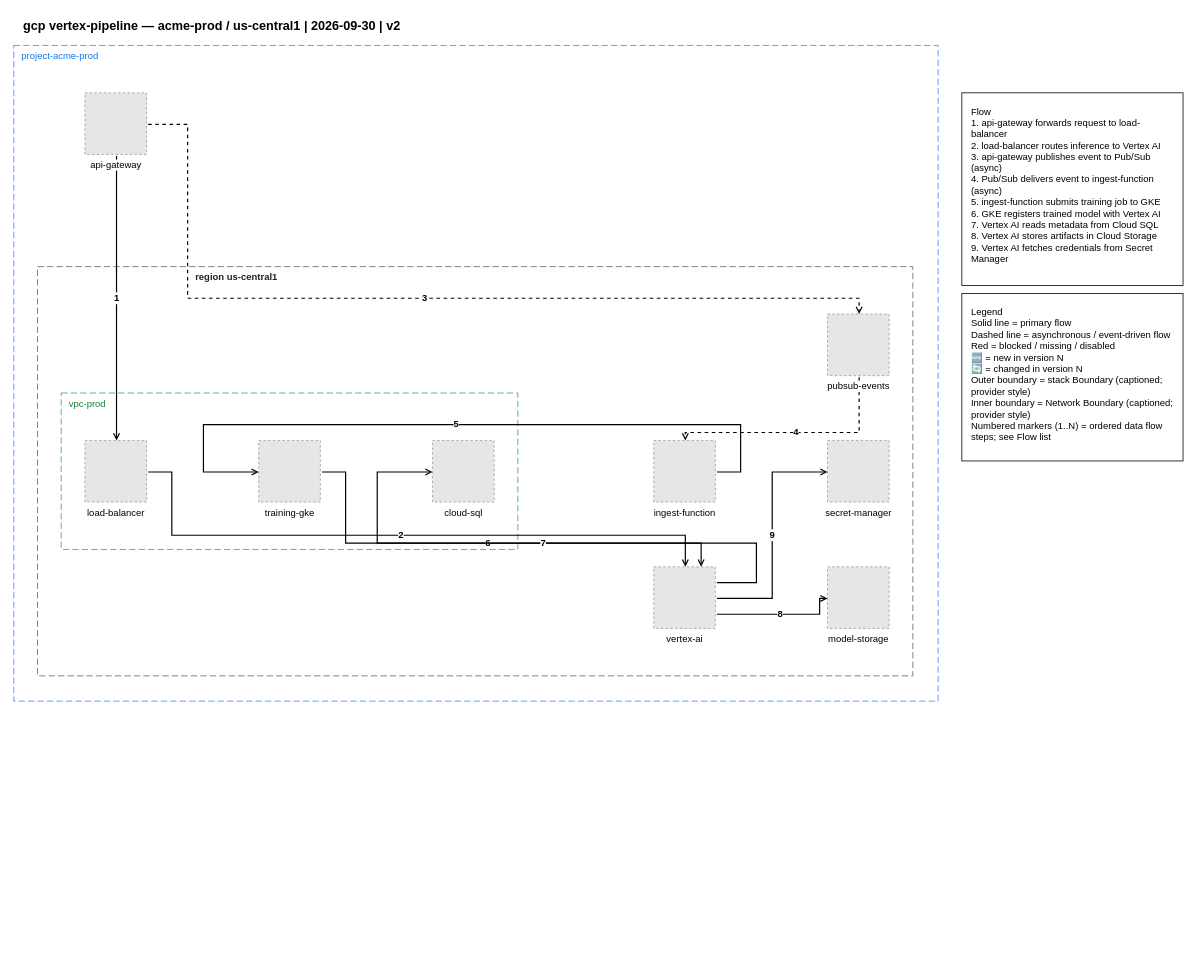
Earlier version of the draw.io diagram examples/gcp/01-gcp-vertex-pipeline.drawio (totoshko88/Cloud_Architecture). Source tidied: cells renumbered, new cells numbered last; positions are measured from the earlier drawing's top-left corner, leaving out a move shared by most shapes. Both pictures are drawn from the tidied source at 79%, with x=0, y=0 at pixel (13, 13). Pictures stored in the file or linked from it are replaced by grey dashed boxes.
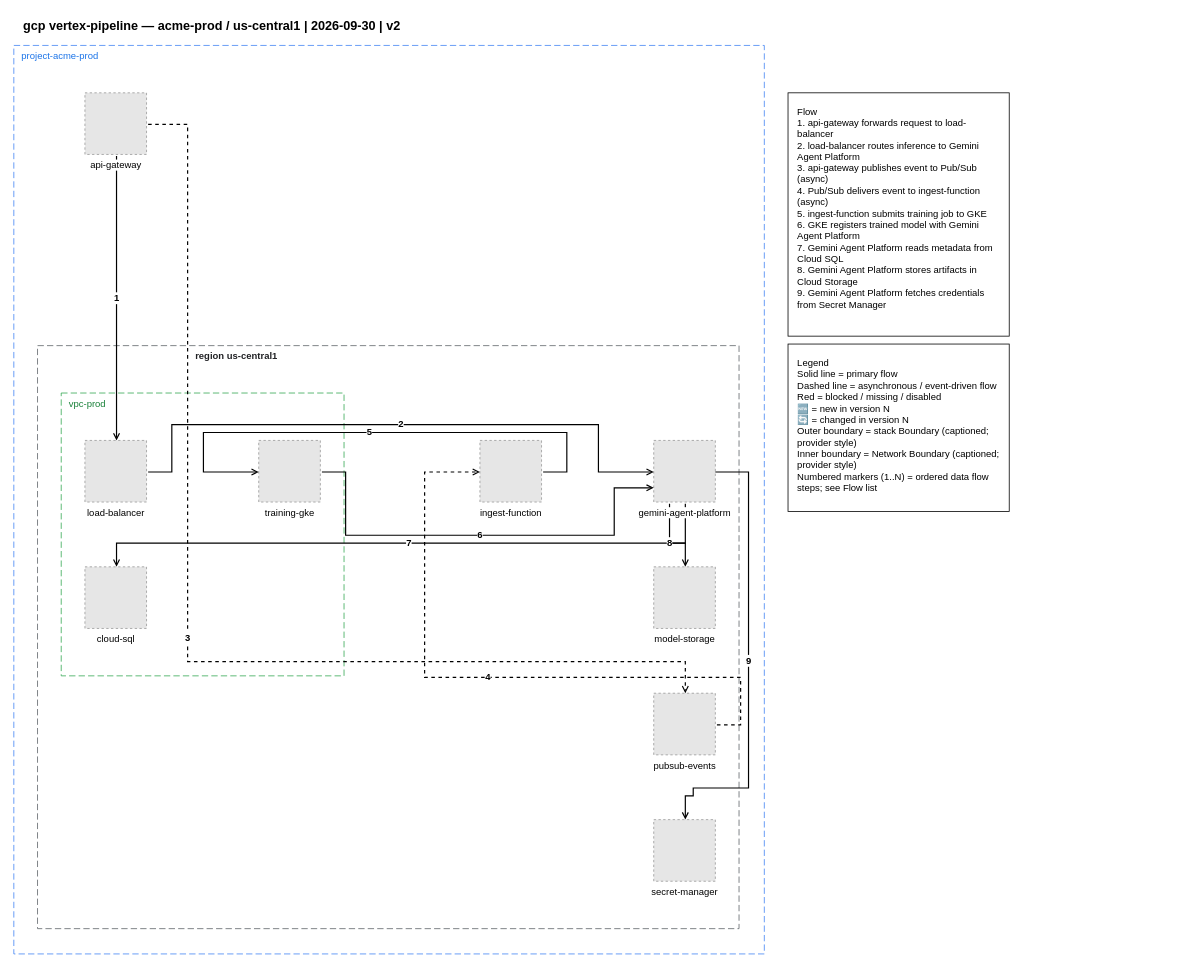
Above is the later version.

The change refers to these unchanged cells:
```xml
<mxCell id="8" value="api-gateway" style="fillColor=#E6E6E6;strokeColor=#999999;dashed=1;verticalLabelPosition=bottom;verticalAlign=top;html=1;align=center;fontSize=12;labelBackgroundColor=#FFFFFF;" parent="1" vertex="1">
  <mxGeometry x="90" y="100" width="78" height="78" as="geometry" />
</mxCell>
<mxCell id="9" value="load-balancer" style="fillColor=#E6E6E6;strokeColor=#999999;dashed=1;verticalLabelPosition=bottom;verticalAlign=top;html=1;align=center;fontSize=12;" parent="1" vertex="1">
  <mxGeometry x="90" y="540" width="78" height="78" as="geometry" />
</mxCell>
<mxCell id="10" value="training-gke" style="fillColor=#E6E6E6;strokeColor=#999999;dashed=1;verticalLabelPosition=bottom;verticalAlign=top;html=1;align=center;fontSize=12;" parent="1" vertex="1">
  <mxGeometry x="310" y="540" width="78" height="78" as="geometry" />
</mxCell>
```

What changed in the source:
```diff
@@
     <mxCell id="3" value="project-acme-prod" style="rounded=0;whiteSpace=wrap;html=1;dashed=1;dashPattern=8 4;strokeColor=#4285F4;fillColor=none;verticalAlign=top;align=left;spacingLeft=8;fontColor=#1A73E8;fontSize=12;" parent="1" vertex="1">
-      <mxGeometry y="40" width="1170" height="830" as="geometry" />
+      <mxGeometry y="40" width="950" height="1150" as="geometry" />
     </mxCell>
     <mxCell id="4" value="region us-central1" style="rounded=0;whiteSpace=wrap;html=1;dashed=1;dashPattern=8 4;strokeColor=#5F6368;fillColor=none;verticalAlign=top;fontColor=#202124;fontStyle=1;fontSize=12;align=left;spacingLeft=198;" parent="1" vertex="1">
-      <mxGeometry x="30" y="320" width="1108" height="518" as="geometry" />
+      <mxGeometry x="30" y="420" width="888" height="738" as="geometry" />
     </mxCell>
     <mxCell id="5" value="vpc-prod" style="rounded=0;whiteSpace=wrap;html=1;dashed=1;dashPattern=8 4;strokeColor=#34A853;fillColor=none;verticalAlign=top;align=left;spacingLeft=8;fontColor=#188038;fontSize=12;" parent="1" vertex="1">
-      <mxGeometry x="60" y="480" width="578" height="198" as="geometry" />
+      <mxGeometry x="60" y="480" width="358" height="358" as="geometry" />
     </mxCell>
@@
-    <mxCell id="7" value="4" style="edgeStyle=orthogonalEdgeStyle;rounded=0;html=1;endArrow=open;endFill=0;strokeWidth=1.5;dashed=1;exitX=0.5128205128205128;exitY=1.0256410256410255;exitDx=0;exitDy=0;exitPerimeter=0;entryX=0.5128205128205128;entryY=0.0;entryDx=0;entryDy=0;fontSize=12;fontStyle=1;" parent="1" edge="1" source="12" target="13">
-      <mxGeometry relative="1" as="geometry">
-        <Array as="points">
-          <mxPoint x="1070" y="530" />
-          <mxPoint x="850" y="530" />
-        </Array>
-      </mxGeometry>
-    </mxCell>
+    <mxCell id="21" value="7" style="edgeStyle=orthogonalEdgeStyle;rounded=0;html=1;endArrow=open;endFill=0;strokeWidth=1.5;exitX=0.5128205128205128;exitY=1.0256410256410255;exitDx=0;exitDy=0;exitPerimeter=0;entryX=0.5128205128205128;entryY=0.0;entryDx=0;entryDy=0;fontSize=12;fontStyle=1;" parent="1" edge="1" source="14" target="11">
+      <mxGeometry relative="1" as="geometry">
+        <Array as="points">
+          <mxPoint x="850" y="670" />
+          <mxPoint x="130" y="670" />
+        </Array>
+      </mxGeometry>
+    </mxCell>
+    <mxCell id="22" value="8" style="edgeStyle=orthogonalEdgeStyle;rounded=0;html=1;endArrow=open;endFill=0;strokeWidth=1.5;exitX=0.2564102564102564;exitY=1.0256410256410255;exitDx=0;exitDy=0;exitPerimeter=0;entryX=0.5128205128205128;entryY=0.0;entryDx=0;entryDy=0;fontSize=12;fontStyle=1;" parent="1" edge="1" source="14" target="16">
+      <mxGeometry relative="1" as="geometry">
+        <Array as="points">
+          <mxPoint x="830" y="670" />
+          <mxPoint x="850" y="670" />
+        </Array>
+      </mxGeometry>
+    </mxCell>
@@
     <mxCell id="11" value="cloud-sql" style="fillColor=#E6E6E6;strokeColor=#999999;dashed=1;verticalLabelPosition=bottom;verticalAlign=top;html=1;align=center;fontSize=12;" parent="1" vertex="1">
-      <mxGeometry x="530" y="540" width="78" height="78" as="geometry" />
+      <mxGeometry x="90" y="700" width="78" height="78" as="geometry" />
     </mxCell>
-    <mxCell id="12" value="pubsub-events" style="fillColor=#E6E6E6;strokeColor=#999999;dashed=1;verticalLabelPosition=bottom;verticalAlign=top;html=1;align=center;fontSize=12;labelBackgroundColor=#FFFFFF;" parent="1" vertex="1">
-      <mxGeometry x="1030" y="380" width="78" height="78" as="geometry" />
+    <mxCell id="12" value="pubsub-events" style="fillColor=#E6E6E6;strokeColor=#999999;dashed=1;verticalLabelPosition=bottom;verticalAlign=top;html=1;align=center;fontSize=12;" parent="1" vertex="1">
+      <mxGeometry x="810" y="860" width="78" height="78" as="geometry" />
     </mxCell>
     <mxCell id="13" value="ingest-function" style="fillColor=#E6E6E6;strokeColor=#999999;dashed=1;verticalLabelPosition=bottom;verticalAlign=top;html=1;align=center;fontSize=12;" parent="1" vertex="1">
-      <mxGeometry x="810" y="540" width="78" height="78" as="geometry" />
+      <mxGeometry x="590" y="540" width="78" height="78" as="geometry" />
     </mxCell>
-    <mxCell id="14" value="vertex-ai" style="fillColor=#E6E6E6;strokeColor=#999999;dashed=1;verticalLabelPosition=bottom;verticalAlign=top;html=1;align=center;fontSize=12;" parent="1" vertex="1">
-      <mxGeometry x="810" y="700" width="78" height="78" as="geometry" />
+    <mxCell id="14" value="gemini-agent-platform" style="fillColor=#E6E6E6;strokeColor=#999999;dashed=1;verticalLabelPosition=bottom;verticalAlign=top;html=1;align=center;fontSize=12;labelBackgroundColor=#FFFFFF;" parent="1" vertex="1">
+      <mxGeometry x="810" y="540" width="78" height="78" as="geometry" />
     </mxCell>
     <mxCell id="15" value="secret-manager" style="fillColor=#E6E6E6;strokeColor=#999999;dashed=1;verticalLabelPosition=bottom;verticalAlign=top;html=1;align=center;fontSize=12;" parent="1" vertex="1">
-      <mxGeometry x="1030" y="540" width="78" height="78" as="geometry" />
+      <mxGeometry x="810" y="1020" width="78" height="78" as="geometry" />
     </mxCell>
     <mxCell id="16" value="model-storage" style="fillColor=#E6E6E6;strokeColor=#999999;dashed=1;verticalLabelPosition=bottom;verticalAlign=top;html=1;align=center;fontSize=12;" parent="1" vertex="1">
-      <mxGeometry x="1030" y="700" width="78" height="78" as="geometry" />
+      <mxGeometry x="810" y="700" width="78" height="78" as="geometry" />
     </mxCell>
-    <mxCell id="17" value="2" style="edgeStyle=orthogonalEdgeStyle;rounded=0;html=1;endArrow=open;endFill=0;strokeWidth=1.5;exitX=1.0256410256410255;exitY=0.5128205128205128;exitDx=0;exitDy=0;exitPerimeter=0;entryX=0.5128205128205128;entryY=0.0;entryDx=0;entryDy=0;fontSize=12;fontStyle=1;" parent="1" edge="1" source="9" target="14">
+    <mxCell id="17" value="2" style="edgeStyle=orthogonalEdgeStyle;rounded=0;html=1;endArrow=open;endFill=0;strokeWidth=1.5;exitX=1.0256410256410255;exitY=0.5128205128205128;exitDx=0;exitDy=0;exitPerimeter=0;entryX=0.0;entryY=0.5128205128205128;entryDx=0;entryDy=0;fontSize=12;fontStyle=1;" parent="1" edge="1" source="9" target="14">
       <mxGeometry relative="1" as="geometry">
         <Array as="points">
           <mxPoint x="200" y="580" />
-          <mxPoint x="200" y="660" />
-          <mxPoint x="850" y="660" />
+          <mxPoint x="200" y="520" />
+          <mxPoint x="740" y="520" />
+          <mxPoint x="740" y="580" />
         </Array>
       </mxGeometry>
     </mxCell>
     <mxCell id="18" value="3" style="edgeStyle=orthogonalEdgeStyle;rounded=0;html=1;endArrow=open;endFill=0;strokeWidth=1.5;dashed=1;exitX=1.0256410256410255;exitY=0.5128205128205128;exitDx=0;exitDy=0;exitPerimeter=0;entryX=0.5128205128205128;entryY=0.0;entryDx=0;entryDy=0;fontSize=12;fontStyle=1;" parent="1" edge="1" source="8" target="12">
       <mxGeometry relative="1" as="geometry">
         <Array as="points">
           <mxPoint x="220" y="140" />
-          <mxPoint x="220" y="360" />
-          <mxPoint x="1070" y="360" />
+          <mxPoint x="220" y="820" />
+          <mxPoint x="850" y="820" />
         </Array>
       </mxGeometry>
     </mxCell>
+    <mxCell id="7" value="4" style="edgeStyle=orthogonalEdgeStyle;rounded=0;html=1;endArrow=open;endFill=0;strokeWidth=1.5;dashed=1;exitX=1.0256410256410255;exitY=0.5128205128205128;exitDx=0;exitDy=0;exitPerimeter=0;entryX=0.0;entryY=0.5128205128205128;entryDx=0;entryDy=0;fontSize=12;fontStyle=1;" parent="1" edge="1" source="12" target="13">
+      <mxGeometry relative="1" as="geometry">
+        <Array as="points">
+          <mxPoint x="920" y="900" />
+          <mxPoint x="920" y="840" />
+          <mxPoint x="520" y="840" />
+          <mxPoint x="520" y="580" />
+        </Array>
+      </mxGeometry>
+    </mxCell>
     <mxCell id="19" value="5" style="edgeStyle=orthogonalEdgeStyle;rounded=0;html=1;endArrow=open;endFill=0;strokeWidth=1.5;exitX=1.0256410256410255;exitY=0.5128205128205128;exitDx=0;exitDy=0;exitPerimeter=0;entryX=0.0;entryY=0.5128205128205128;entryDx=0;entryDy=0;fontSize=12;fontStyle=1;" parent="1" edge="1" source="13" target="10">
       <mxGeometry relative="1" as="geometry">
         <Array as="points">
-          <mxPoint x="920" y="580" />
-          <mxPoint x="920" y="520" />
-          <mxPoint x="240" y="520" />
+          <mxPoint x="700" y="580" />
+          <mxPoint x="700" y="530" />
+          <mxPoint x="240" y="530" />
           <mxPoint x="240" y="580" />
         </Array>
       </mxGeometry>
     </mxCell>
-    <mxCell id="20" value="6" style="edgeStyle=orthogonalEdgeStyle;rounded=0;html=1;endArrow=open;endFill=0;strokeWidth=1.5;exitX=1.0256410256410255;exitY=0.5128205128205128;exitDx=0;exitDy=0;exitPerimeter=0;entryX=0.7692307692307693;entryY=0.0;entryDx=0;entryDy=0;fontSize=12;fontStyle=1;" parent="1" edge="1" source="10" target="14">
+    <mxCell id="20" value="6" style="edgeStyle=orthogonalEdgeStyle;rounded=0;html=1;endArrow=open;endFill=0;strokeWidth=1.5;exitX=1.0256410256410255;exitY=0.5128205128205128;exitDx=0;exitDy=0;exitPerimeter=0;entryX=0.0;entryY=0.7692307692307693;entryDx=0;entryDy=0;fontSize=12;fontStyle=1;" parent="1" edge="1" source="10" target="14">
       <mxGeometry relative="1" as="geometry">
         <Array as="points">
           <mxPoint x="420" y="580" />
-          <mxPoint x="420" y="670" />
-          <mxPoint x="870" y="670" />
+          <mxPoint x="420" y="660" />
+          <mxPoint x="760" y="660" />
+          <mxPoint x="760" y="600" />
         </Array>
       </mxGeometry>
     </mxCell>
-    <mxCell id="21" value="7" style="edgeStyle=orthogonalEdgeStyle;rounded=0;html=1;endArrow=open;endFill=0;strokeWidth=1.5;exitX=1.0256410256410255;exitY=0.2564102564102564;exitDx=0;exitDy=0;exitPerimeter=0;entryX=0.0;entryY=0.5128205128205128;entryDx=0;entryDy=0;fontSize=12;fontStyle=1;" parent="1" edge="1" source="14" target="11">
-      <mxGeometry relative="1" as="geometry">
-        <Array as="points">
-          <mxPoint x="940" y="720" />
-          <mxPoint x="940" y="670" />
-          <mxPoint x="460" y="670" />
-          <mxPoint x="460" y="580" />
-        </Array>
-      </mxGeometry>
-    </mxCell>
-    <mxCell id="22" value="8" style="edgeStyle=orthogonalEdgeStyle;rounded=0;html=1;endArrow=open;endFill=0;strokeWidth=1.5;exitX=1.0256410256410255;exitY=0.7692307692307693;exitDx=0;exitDy=0;exitPerimeter=0;entryX=0.0;entryY=0.5128205128205128;entryDx=0;entryDy=0;fontSize=12;fontStyle=1;" parent="1" edge="1" source="14" target="16">
-      <mxGeometry relative="1" as="geometry">
-        <Array as="points">
-          <mxPoint x="1020" y="760" />
-          <mxPoint x="1020" y="740" />
-        </Array>
-      </mxGeometry>
-    </mxCell>
-    <mxCell id="23" value="9" style="edgeStyle=orthogonalEdgeStyle;rounded=0;html=1;endArrow=open;endFill=0;strokeWidth=1.5;exitX=1.0256410256410255;exitY=0.5128205128205128;exitDx=0;exitDy=0;exitPerimeter=0;entryX=0.0;entryY=0.5128205128205128;entryDx=0;entryDy=0;fontSize=12;fontStyle=1;" parent="1" edge="1" source="14" target="15">
+    <mxCell id="23" value="9" style="edgeStyle=orthogonalEdgeStyle;rounded=0;html=1;endArrow=open;endFill=0;strokeWidth=1.5;exitX=1.0;exitY=0.5128205128205128;exitDx=0;exitDy=0;exitPerimeter=0;entryX=0.5128205128205128;entryY=0.0;entryDx=0;entryDy=0;fontSize=12;fontStyle=1;" parent="1" edge="1" source="14" target="15">
       <mxGeometry relative="1" as="geometry">
         <Array as="points">
-          <mxPoint x="960" y="740" />
-          <mxPoint x="960" y="580" />
+          <mxPoint x="930" y="580" />
+          <mxPoint x="930" y="980" />
+          <mxPoint x="860" y="980" />
+          <mxPoint x="860" y="990" />
+          <mxPoint x="850" y="990" />
         </Array>
       </mxGeometry>
     </mxCell>
-    <mxCell id="24" value="Flow&#10;1. api-gateway forwards request to load-balancer&#10;2. load-balancer routes inference to Vertex AI&#10;3. api-gateway publishes event to Pub/Sub (async)&#10;4. Pub/Sub delivers event to ingest-function (async)&#10;5. ingest-function submits training job to GKE&#10;6. GKE registers trained model with Vertex AI&#10;7. Vertex AI reads metadata from Cloud SQL&#10;8. Vertex AI stores artifacts in Cloud Storage&#10;9. Vertex AI fetches credentials from Secret Manager" style="text;html=1;align=left;verticalAlign=top;fontSize=12;whiteSpace=wrap;strokeColor=#000000;fillColor=#FFFFFF;spacingLeft=10;spacingRight=10;spacingTop=10;spacingBottom=10;" parent="1" vertex="1">
-      <mxGeometry x="1200" y="100" width="280" height="244" as="geometry" />
+    <mxCell id="24" value="Flow&#10;1. api-gateway forwards request to load-balancer&#10;2. load-balancer routes inference to Gemini Agent Platform&#10;3. api-gateway publishes event to Pub/Sub (async)&#10;4. Pub/Sub delivers event to ingest-function (async)&#10;5. ingest-function submits training job to GKE&#10;6. GKE registers trained model with Gemini Agent Platform&#10;7. Gemini Agent Platform reads metadata from Cloud SQL&#10;8. Gemini Agent Platform stores artifacts in Cloud Storage&#10;9. Gemini Agent Platform fetches credentials from Secret Manager" style="text;html=1;align=left;verticalAlign=top;fontSize=12;whiteSpace=wrap;strokeColor=#000000;fillColor=#FFFFFF;spacingLeft=10;spacingRight=10;spacingTop=10;spacingBottom=10;" parent="1" vertex="1">
+      <mxGeometry x="980" y="100" width="280" height="308" as="geometry" />
     </mxCell>
     <mxCell id="25" value="Legend&#10;Solid line = primary flow&#10;Dashed line = asynchronous / event-driven flow&#10;Red = blocked / missing / disabled&#10;🆕 = new in version N&#10;🔄 = changed in version N&#10;Outer boundary = stack Boundary (captioned; provider style)&#10;Inner boundary = Network Boundary (captioned; provider style)&#10;Numbered markers (1..N) = ordered data flow steps; see Flow list" style="text;html=1;align=left;verticalAlign=top;fontSize=12;whiteSpace=wrap;strokeColor=#000000;fillColor=#FFFFFF;spacingLeft=10;spacingRight=10;spacingTop=10;spacingBottom=10;" parent="1" vertex="1">
-      <mxGeometry x="1200" y="354" width="280" height="212" as="geometry" />
+      <mxGeometry x="980" y="418" width="280" height="212" as="geometry" />
     </mxCell>
```
